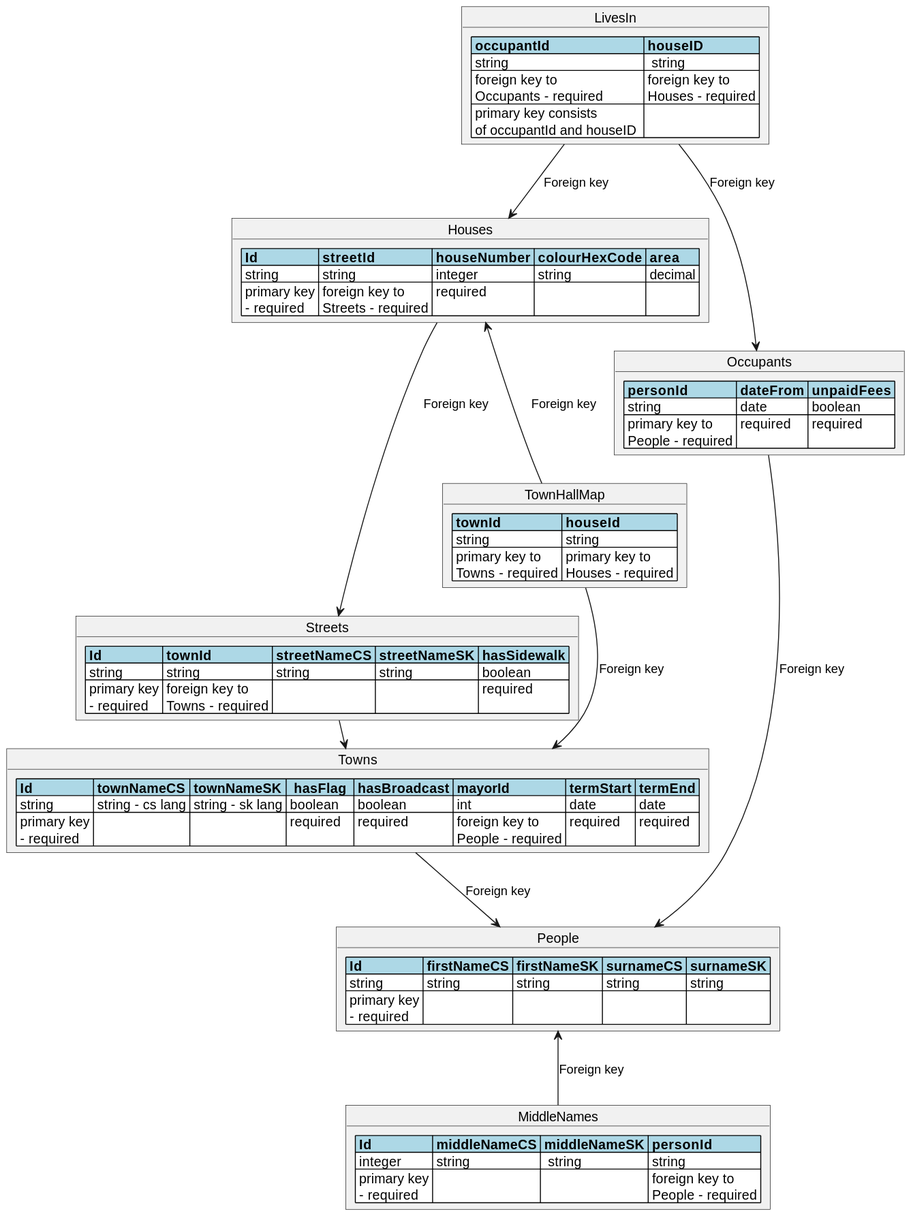
michael-sevcik/NPRG036-Data-Formats keeps this PlantUML diagram as 4/model/townDiagram.svg. Above is the earlier version.
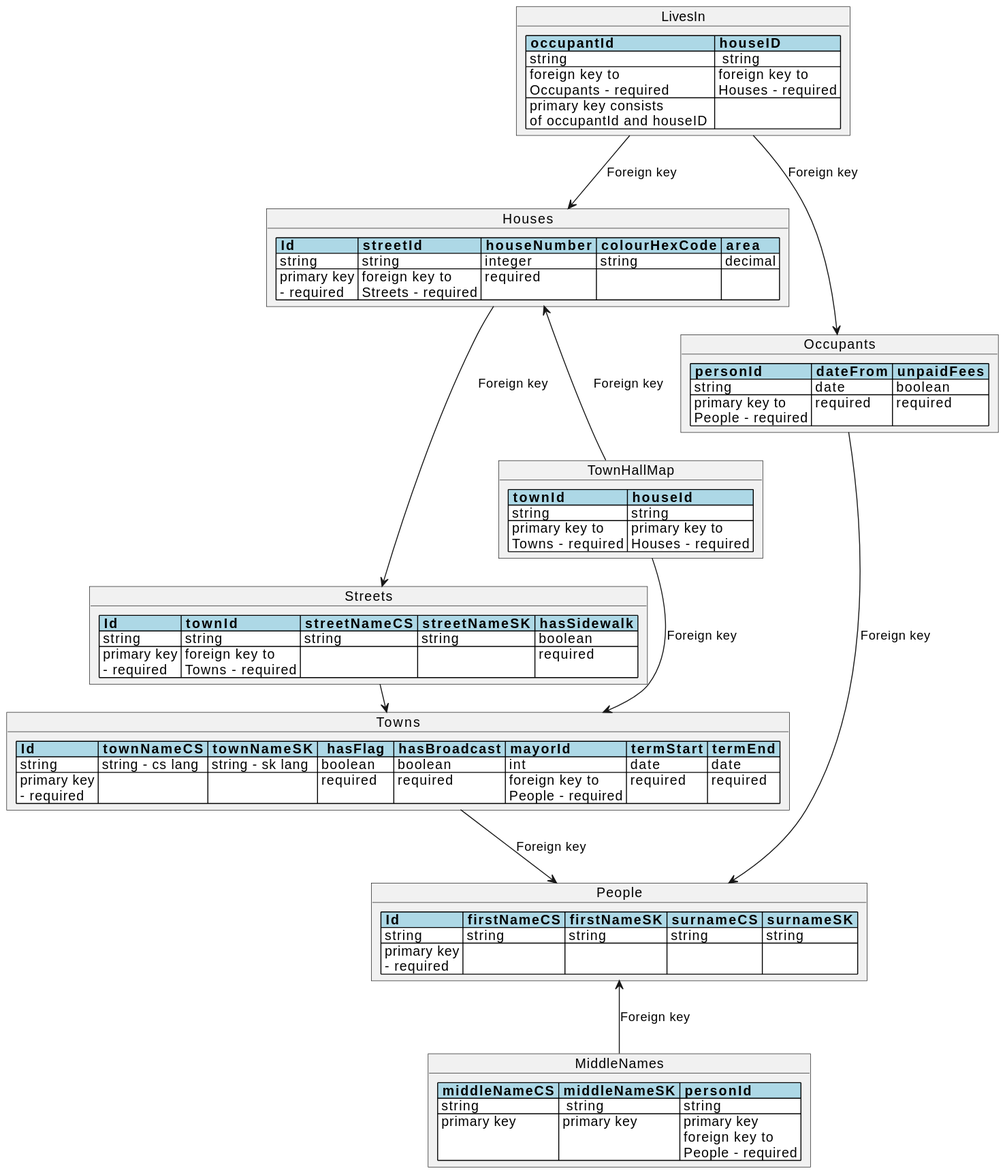
After the commit.

The edit, as a diff of the source:
```diff
@@ -22,9 +22,9 @@
 }
 
 object MiddleNames {
-  <#lightblue,#black>|= Id |= middleNameCS |= middleNameSK |= personId |
-  <#white>| integer | string |  string | string |
-  <#white>| primary key \n - required | | | foreign key to \n People - required |
+  <#lightblue,#black>|= middleNameCS |= middleNameSK |= personId |
+  <#white>| string |  string | string |
+  <#white>| primary key  | primary key | primary key \n foreign key to \n People - required |
 }
 
 object Occupants {
```
